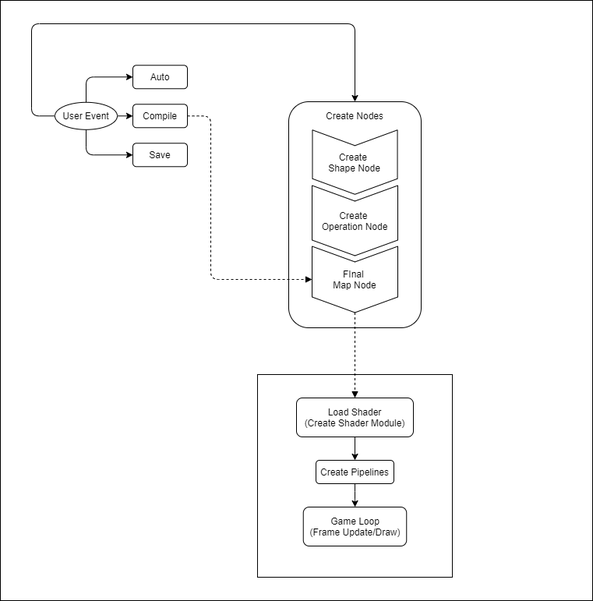
This is docs/design/sdf-graph-architecture.png from hiradyazdan/sdf-ray4d-engine, a draw.io export, as it was before one commit. Source tidied: cells renumbered, new cells last; positions are measured from the earlier drawing's top-left corner, leaving out a move shared by most shapes.
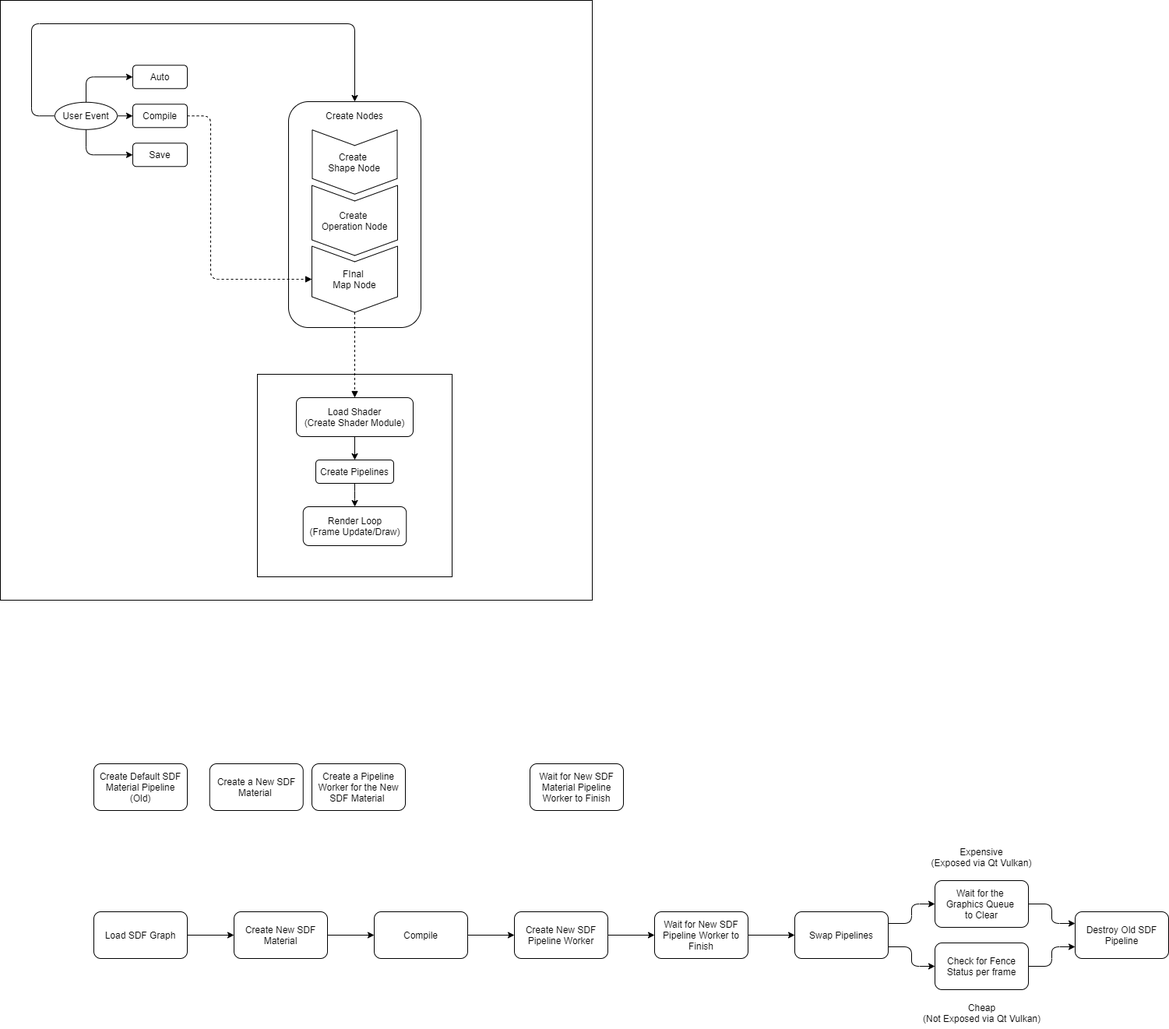
After the commit.

Change to the diagram source:
```diff
@@ -53,7 +53,7 @@
     <mxCell id="16" value="Create Pipelines" style="rounded=1;whiteSpace=wrap;html=1;" parent="1" vertex="1">
       <mxGeometry x="405" y="590" width="100" height="30" as="geometry" />
     </mxCell>
-    <mxCell id="17" value="Game Loop&lt;br&gt;(Frame Update/Draw)" style="rounded=1;whiteSpace=wrap;html=1;" parent="1" vertex="1">
+    <mxCell id="17" value="Render Loop&lt;br&gt;(Frame Update/Draw)" style="rounded=1;whiteSpace=wrap;html=1;" parent="1" vertex="1">
       <mxGeometry x="388.8" y="650" width="132.5" height="50" as="geometry" />
     </mxCell>
     <mxCell id="18" style="group;" parent="1" vertex="1">
@@ -82,5 +82,77 @@
     <mxCell id="24" style="edgeStyle=orthogonalEdgeStyle;rounded=1;jettySize=auto;html=1;exitX=1;exitY=0.5;exitDx=0;exitDy=0;entryX=0.5;entryY=0;entryDx=0;entryDy=0;dashed=1;endArrow=block;endFill=1;startSize=0;endSize=6;sourcePerimeterSpacing=0;targetPerimeterSpacing=0;" parent="1" edge="1" source="21" target="14">
       <mxGeometry relative="1" as="geometry" />
     </mxCell>
+    <mxCell id="25" value="Create Default SDF Material Pipeline (Old)" style="rounded=1;whiteSpace=wrap;html=1;" parent="1" vertex="1">
+      <mxGeometry x="120" y="980" width="120" height="60" as="geometry" />
+    </mxCell>
+    <mxCell id="26" value="Create a Pipeline&lt;br&gt;Worker for the New SDF Material&amp;nbsp;" style="rounded=1;whiteSpace=wrap;html=1;" parent="1" vertex="1">
+      <mxGeometry x="400" y="980" width="120" height="60" as="geometry" />
+    </mxCell>
+    <mxCell id="27" value="Wait for New SDF Material Pipeline Worker to Finish" style="rounded=1;whiteSpace=wrap;html=1;" parent="1" vertex="1">
+      <mxGeometry x="680" y="980" width="120" height="60" as="geometry" />
+    </mxCell>
+    <mxCell id="28" value="Create a New SDF Material&amp;nbsp;" style="rounded=1;whiteSpace=wrap;html=1;" parent="1" vertex="1">
+      <mxGeometry x="268.8" y="980" width="120" height="60" as="geometry" />
+    </mxCell>
+    <mxCell id="29" style="edgeStyle=orthogonalEdgeStyle;rounded=0;jettySize=auto;html=1;exitX=1;exitY=0.5;exitDx=0;exitDy=0;" parent="1" edge="1" source="30" target="32">
+      <mxGeometry relative="1" as="geometry" />
+    </mxCell>
+    <mxCell id="30" value="Load SDF Graph" style="rounded=1;whiteSpace=wrap;html=1;" parent="1" vertex="1">
+      <mxGeometry x="120" y="1170" width="120" height="60" as="geometry" />
+    </mxCell>
+    <mxCell id="31" style="edgeStyle=orthogonalEdgeStyle;rounded=0;jettySize=auto;html=1;exitX=1;exitY=0.5;exitDx=0;exitDy=0;entryX=0;entryY=0.5;entryDx=0;entryDy=0;" parent="1" edge="1" source="32" target="34">
+      <mxGeometry relative="1" as="geometry" />
+    </mxCell>
+    <mxCell id="32" value="Create New SDF Material" style="rounded=1;whiteSpace=wrap;html=1;" parent="1" vertex="1">
+      <mxGeometry x="300" y="1170" width="120" height="60" as="geometry" />
+    </mxCell>
+    <mxCell id="33" style="edgeStyle=orthogonalEdgeStyle;rounded=0;jettySize=auto;html=1;exitX=1;exitY=0.5;exitDx=0;exitDy=0;entryX=0;entryY=0.5;entryDx=0;entryDy=0;" parent="1" edge="1" source="34" target="36">
+      <mxGeometry relative="1" as="geometry" />
+    </mxCell>
+    <mxCell id="34" value="Compile" style="rounded=1;whiteSpace=wrap;html=1;" parent="1" vertex="1">
+      <mxGeometry x="480" y="1170" width="120" height="60" as="geometry" />
+    </mxCell>
+    <mxCell id="35" style="edgeStyle=orthogonalEdgeStyle;rounded=0;jettySize=auto;html=1;exitX=1;exitY=0.5;exitDx=0;exitDy=0;entryX=0;entryY=0.5;entryDx=0;entryDy=0;" parent="1" edge="1" source="36" target="38">
+      <mxGeometry relative="1" as="geometry" />
+    </mxCell>
+    <mxCell id="36" value="Create New SDF Pipeline Worker" style="rounded=1;whiteSpace=wrap;html=1;" parent="1" vertex="1">
+      <mxGeometry x="660" y="1170" width="120" height="60" as="geometry" />
+    </mxCell>
+    <mxCell id="37" style="edgeStyle=orthogonalEdgeStyle;rounded=0;jettySize=auto;html=1;exitX=1;exitY=0.5;exitDx=0;exitDy=0;entryX=0;entryY=0.5;entryDx=0;entryDy=0;" parent="1" edge="1" source="38" target="41">
+      <mxGeometry relative="1" as="geometry" />
+    </mxCell>
+    <mxCell id="38" value="Wait for New SDF Pipeline Worker to Finish" style="rounded=1;whiteSpace=wrap;html=1;" parent="1" vertex="1">
+      <mxGeometry x="840" y="1170" width="120" height="60" as="geometry" />
+    </mxCell>
+    <mxCell id="39" style="edgeStyle=orthogonalEdgeStyle;rounded=1;jettySize=auto;html=1;exitX=1;exitY=0.25;exitDx=0;exitDy=0;entryX=0;entryY=0.5;entryDx=0;entryDy=0;" parent="1" edge="1" source="41" target="44">
+      <mxGeometry relative="1" as="geometry" />
+    </mxCell>
+    <mxCell id="40" style="edgeStyle=orthogonalEdgeStyle;rounded=1;jettySize=auto;html=1;exitX=1;exitY=0.75;exitDx=0;exitDy=0;" parent="1" edge="1" source="41" target="46">
+      <mxGeometry relative="1" as="geometry" />
+    </mxCell>
+    <mxCell id="41" value="Swap Pipelines" style="rounded=1;whiteSpace=wrap;html=1;" parent="1" vertex="1">
+      <mxGeometry x="1020" y="1170" width="120" height="60" as="geometry" />
+    </mxCell>
+    <mxCell id="42" value="Destroy Old SDF Pipeline" style="rounded=1;whiteSpace=wrap;html=1;" parent="1" vertex="1">
+      <mxGeometry x="1380" y="1170" width="120" height="60" as="geometry" />
+    </mxCell>
+    <mxCell id="43" style="edgeStyle=orthogonalEdgeStyle;rounded=1;jettySize=auto;html=1;exitX=1;exitY=0.5;exitDx=0;exitDy=0;entryX=0;entryY=0.25;entryDx=0;entryDy=0;" parent="1" edge="1" source="44" target="42">
+      <mxGeometry relative="1" as="geometry" />
+    </mxCell>
+    <mxCell id="44" value="Wait for the &lt;br&gt;Graphics Queue &lt;br&gt;to Clear" style="rounded=1;whiteSpace=wrap;html=1;" parent="1" vertex="1">
+      <mxGeometry x="1200" y="1130" width="120" height="60" as="geometry" />
+    </mxCell>
+    <mxCell id="45" style="edgeStyle=orthogonalEdgeStyle;rounded=1;jettySize=auto;html=1;exitX=1;exitY=0.5;exitDx=0;exitDy=0;entryX=0;entryY=0.75;entryDx=0;entryDy=0;" parent="1" edge="1" source="46" target="42">
+      <mxGeometry relative="1" as="geometry" />
+    </mxCell>
+    <mxCell id="46" value="Check for Fence Status per frame" style="rounded=1;whiteSpace=wrap;html=1;" parent="1" vertex="1">
+      <mxGeometry x="1200" y="1210" width="120" height="60" as="geometry" />
+    </mxCell>
+    <mxCell id="47" value="Cheap&lt;br&gt;(Not Exposed via Qt Vulkan)" style="text;html=1;strokeColor=none;fillColor=none;align=center;verticalAlign=middle;whiteSpace=wrap;rounded=0;" parent="1" vertex="1">
+      <mxGeometry x="1182.5" y="1280" width="155" height="40" as="geometry" />
+    </mxCell>
+    <mxCell id="48" value="Expensive&lt;br&gt;(Exposed via Qt Vulkan)" style="text;html=1;strokeColor=none;fillColor=none;align=center;verticalAlign=middle;whiteSpace=wrap;rounded=0;" parent="1" vertex="1">
+      <mxGeometry x="1190" y="1080" width="140" height="40" as="geometry" />
+    </mxCell>
   </root>
 </mxGraphModel>
```
